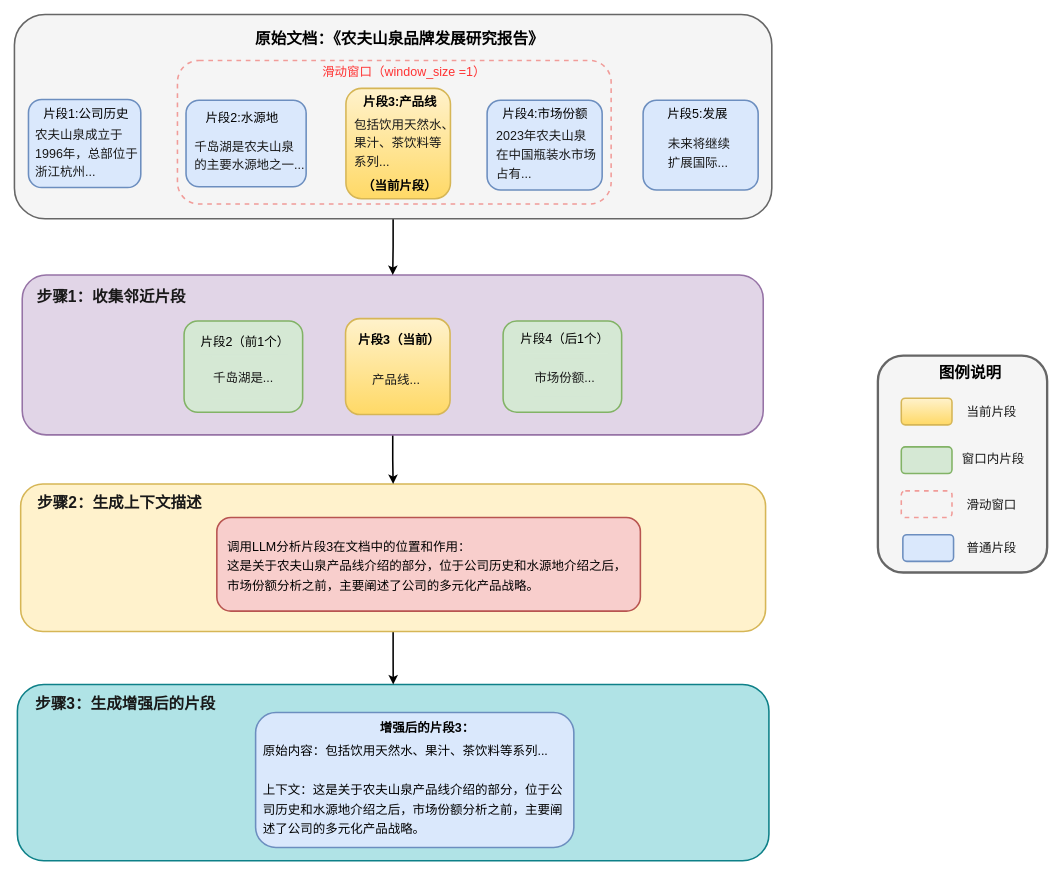
real-jiakai/draw keeps this draw.io diagram as diagrams/flowchart_of_the_context_enhancement_algorithm_with_sliding_window.drawio. Above is the earlier version. Source tidied: cells renumbered, new cells numbered last; positions are measured from the earlier drawing's top-left corner, leaving out a move shared by most shapes. Both pictures are drawn from the tidied source at 78%, with x=0, y=0 at pixel (14, 14).
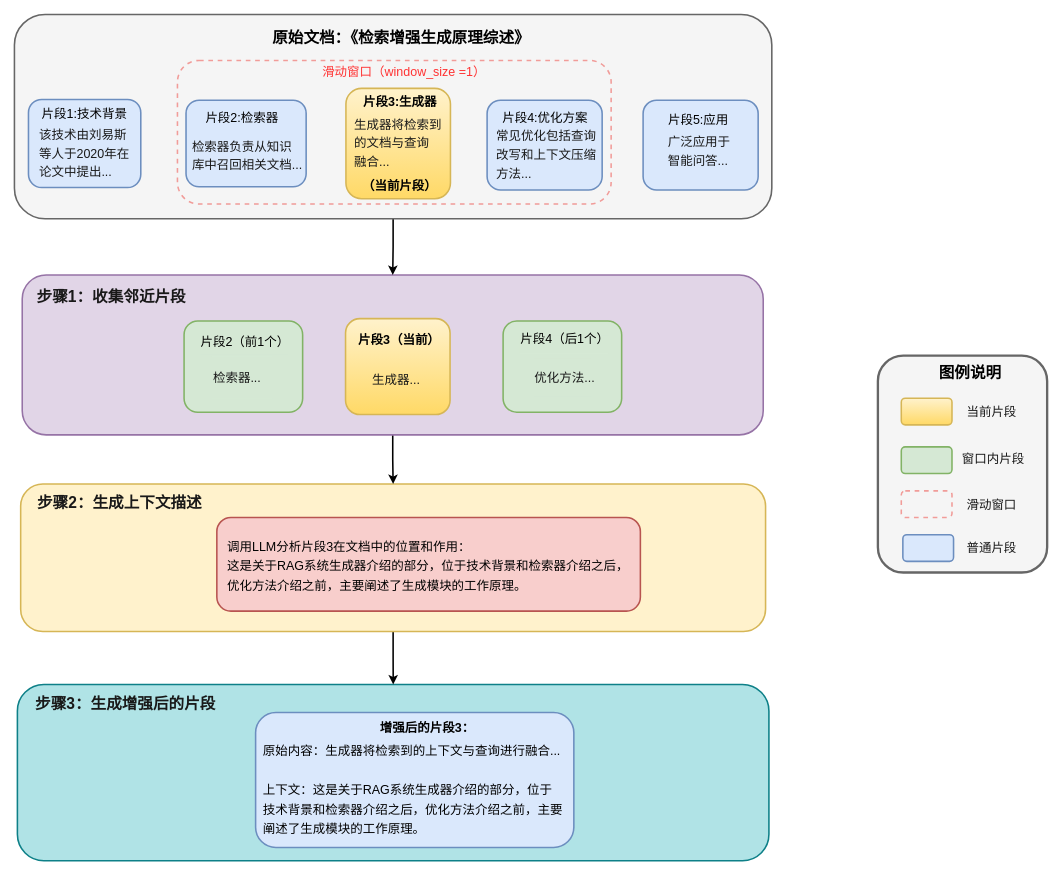
The same diagram, later.

Diff of the diagram source:
```diff
@@
-    <mxCell id="15" value="&lt;font style=&quot;font-size: 16px;&quot;&gt;片段1:公司历史&lt;/font&gt;&lt;div&gt;&lt;br&gt;&lt;/div&gt;" style="text;html=1;align=center;verticalAlign=middle;whiteSpace=wrap;rounded=0;" parent="1" vertex="1">
-      <mxGeometry x="30" y="125.5" width="124" height="16" as="geometry" />
+    <mxCell id="15" value="&lt;font style=&quot;font-size: 16px;&quot;&gt;片段1:技术背景&lt;/font&gt;&lt;div&gt;&lt;br&gt;&lt;/div&gt;" style="text;html=1;align=center;verticalAlign=middle;whiteSpace=wrap;rounded=0;" parent="1" vertex="1">
+      <mxGeometry x="28" y="126" width="124" height="16" as="geometry" />
     </mxCell>
-    <mxCell id="16" value="&lt;div style=&quot;font-size: 16px; line-height: 24px; white-space: pre;&quot;&gt;&lt;span&gt;&lt;font face=&quot;Helvetica&quot; style=&quot;color: rgb(25, 25, 25);&quot;&gt;农夫山泉成立于&lt;/font&gt;&lt;/span&gt;&lt;/div&gt;&lt;div style=&quot;font-size: 16px; line-height: 24px; white-space: pre;&quot;&gt;&lt;span&gt;&lt;font face=&quot;Helvetica&quot; style=&quot;color: rgb(25, 25, 25);&quot;&gt;1996年，总部位于&lt;/font&gt;&lt;/span&gt;&lt;/div&gt;&lt;div style=&quot;font-size: 16px; line-height: 24px; white-space: pre;&quot;&gt;&lt;span&gt;&lt;font face=&quot;Helvetica&quot; style=&quot;color: rgb(25, 25, 25);&quot;&gt;浙江杭州...&lt;/font&gt;&lt;/span&gt;&lt;/div&gt;" style="text;html=1;align=left;verticalAlign=middle;whiteSpace=wrap;rounded=0;" parent="1" vertex="1">
-      <mxGeometry x="24.5" y="143.5" width="121" height="69" as="geometry" />
+    <mxCell id="16" value="&lt;div style=&quot;font-size: 16px; line-height: 24px; white-space: pre;&quot;&gt;&lt;font color=&quot;#191919&quot;&gt;该技术由刘易斯&lt;/font&gt;&lt;/div&gt;&lt;div style=&quot;font-size: 16px; line-height: 24px; white-space: pre;&quot;&gt;&lt;font color=&quot;#191919&quot;&gt;等人于2020年在&lt;/font&gt;&lt;/div&gt;&lt;div style=&quot;font-size: 16px; line-height: 24px; white-space: pre;&quot;&gt;&lt;font color=&quot;#191919&quot;&gt;论文中提出...&lt;/font&gt;&lt;/div&gt;" style="text;html=1;align=left;verticalAlign=middle;whiteSpace=wrap;rounded=0;" parent="1" vertex="1">
+      <mxGeometry x="29.5" y="143.5" width="121" height="69" as="geometry" />
     </mxCell>
-    <mxCell id="17" value="&lt;font style=&quot;font-size: 16px;&quot;&gt;片段2:水源地&lt;/font&gt;&lt;div&gt;&lt;br&gt;&lt;/div&gt;" style="text;html=1;align=center;verticalAlign=middle;whiteSpace=wrap;rounded=0;" parent="1" vertex="1">
+    <mxCell id="17" value="&lt;font style=&quot;font-size: 16px;&quot;&gt;片段2:检索器&lt;/font&gt;&lt;div&gt;&lt;br&gt;&lt;/div&gt;" style="text;html=1;align=center;verticalAlign=middle;whiteSpace=wrap;rounded=0;" parent="1" vertex="1">
       <mxGeometry x="232" y="126" width="120" height="25" as="geometry" />
     </mxCell>
-    <mxCell id="18" value="&lt;div style=&quot;font-size: 16px; line-height: 24px; white-space: pre;&quot;&gt;&lt;div style=&quot;line-height: 24px;&quot;&gt;&lt;span&gt;&lt;font face=&quot;Helvetica&quot; style=&quot;color: rgb(25, 25, 25);&quot;&gt;千岛湖是农夫山泉&lt;/font&gt;&lt;/span&gt;&lt;/div&gt;&lt;div style=&quot;line-height: 24px;&quot;&gt;&lt;span&gt;&lt;font face=&quot;Helvetica&quot; style=&quot;color: rgb(25, 25, 25);&quot;&gt;的主要水源地之一...&lt;/font&gt;&lt;/span&gt;&lt;/div&gt;&lt;/div&gt;" style="text;html=1;align=left;verticalAlign=middle;whiteSpace=wrap;rounded=0;" parent="1" vertex="1">
-      <mxGeometry x="228.5" y="151" width="137" height="59" as="geometry" />
+    <mxCell id="18" value="&lt;div style=&quot;font-size: 16px; line-height: 24px; white-space: pre;&quot;&gt;&lt;div style=&quot;line-height: 24px;&quot;&gt;&lt;font color=&quot;#191919&quot;&gt;检索器负责从知识&lt;/font&gt;&lt;/div&gt;&lt;div style=&quot;line-height: 24px;&quot;&gt;&lt;font color=&quot;#191919&quot;&gt;库中召回相关文档...&lt;/font&gt;&lt;/div&gt;&lt;/div&gt;" style="text;html=1;align=left;verticalAlign=middle;whiteSpace=wrap;rounded=0;" parent="1" vertex="1">
+      <mxGeometry x="226.2" y="151" width="137" height="59" as="geometry" />
     </mxCell>
-    <mxCell id="19" value="&lt;font style=&quot;font-size: 16px;&quot;&gt;&lt;b&gt;片段3:产品线&lt;/b&gt;&lt;/font&gt;&lt;div&gt;&lt;br&gt;&lt;/div&gt;" style="text;html=1;align=center;verticalAlign=middle;whiteSpace=wrap;rounded=0;" parent="1" vertex="1">
+    <mxCell id="19" value="&lt;font style=&quot;font-size: 16px;&quot;&gt;&lt;b&gt;片段3:生成器&lt;/b&gt;&lt;/font&gt;&lt;div&gt;&lt;br&gt;&lt;/div&gt;" style="text;html=1;align=center;verticalAlign=middle;whiteSpace=wrap;rounded=0;" parent="1" vertex="1">
       <mxGeometry x="437.5" y="107.2" width="113" height="23.5" as="geometry" />
     </mxCell>
-    <mxCell id="20" value="&lt;div style=&quot;font-size: 16px; line-height: 24px; white-space: pre;&quot;&gt;&lt;div style=&quot;line-height: 24px;&quot;&gt;&lt;div style=&quot;line-height: 24px;&quot;&gt;&lt;font style=&quot;color: rgb(25, 25, 25);&quot; face=&quot;Helvetica&quot;&gt;包括饮用天然水、&lt;/font&gt;&lt;/div&gt;&lt;div style=&quot;line-height: 24px;&quot;&gt;&lt;font style=&quot;color: rgb(25, 25, 25);&quot; face=&quot;Helvetica&quot;&gt;果汁、茶饮料等&lt;/font&gt;&lt;/div&gt;&lt;div style=&quot;line-height: 24px;&quot;&gt;&lt;font style=&quot;color: rgb(25, 25, 25);&quot; face=&quot;Helvetica&quot;&gt;系列...&lt;/font&gt;&lt;/div&gt;&lt;/div&gt;&lt;/div&gt;" style="text;html=1;align=left;verticalAlign=middle;whiteSpace=wrap;rounded=0;" parent="1" vertex="1">
+    <mxCell id="20" value="&lt;div style=&quot;font-size: 16px; line-height: 24px; white-space: pre;&quot;&gt;&lt;div style=&quot;line-height: 24px;&quot;&gt;&lt;div style=&quot;line-height: 24px;&quot;&gt;&lt;font color=&quot;#191919&quot;&gt;生成器将检索到&lt;/font&gt;&lt;/div&gt;&lt;div style=&quot;line-height: 24px;&quot;&gt;&lt;font color=&quot;#191919&quot;&gt;的文档与查询&lt;/font&gt;&lt;/div&gt;&lt;div style=&quot;line-height: 24px;&quot;&gt;&lt;font color=&quot;#191919&quot;&gt;融合...&lt;/font&gt;&lt;/div&gt;&lt;/div&gt;&lt;/div&gt;" style="text;html=1;align=left;verticalAlign=middle;whiteSpace=wrap;rounded=0;" parent="1" vertex="1">
       <mxGeometry x="433.5" y="130.8" width="117" height="68.5" as="geometry" />
     </mxCell>
-    <mxCell id="21" value="&lt;font style=&quot;font-size: 16px;&quot;&gt;片段4:市场份额&lt;/font&gt;&lt;div&gt;&lt;br&gt;&lt;/div&gt;" style="text;html=1;align=center;verticalAlign=middle;whiteSpace=wrap;rounded=0;" parent="1" vertex="1">
-      <mxGeometry x="619.5" y="123" width="120.5" height="21" as="geometry" />
+    <mxCell id="21" value="&lt;font style=&quot;font-size: 16px;&quot;&gt;片段4:优化方案&lt;/font&gt;&lt;div&gt;&lt;br&gt;&lt;/div&gt;" style="text;html=1;align=center;verticalAlign=middle;whiteSpace=wrap;rounded=0;" parent="1" vertex="1">
+      <mxGeometry x="619.5" y="128" width="120.5" height="21" as="geometry" />
     </mxCell>
-    <mxCell id="22" value="&lt;div style=&quot;font-size: 16px; line-height: 24px; white-space: pre;&quot;&gt;&lt;div style=&quot;line-height: 24px;&quot;&gt;&lt;div style=&quot;line-height: 24px;&quot;&gt;&lt;div style=&quot;line-height: 24px;&quot;&gt;&lt;span&gt;&lt;font face=&quot;Helvetica&quot; style=&quot;color: rgb(25, 25, 25);&quot;&gt;2023年农夫山泉&lt;/font&gt;&lt;/span&gt;&lt;/div&gt;&lt;div style=&quot;line-height: 24px;&quot;&gt;&lt;span&gt;&lt;font face=&quot;Helvetica&quot; style=&quot;color: rgb(25, 25, 25);&quot;&gt;在中国瓶装水市场&lt;/font&gt;&lt;/span&gt;&lt;/div&gt;&lt;div style=&quot;line-height: 24px;&quot;&gt;&lt;span&gt;&lt;font face=&quot;Helvetica&quot; style=&quot;color: rgb(25, 25, 25);&quot;&gt;占有...&lt;/font&gt;&lt;/span&gt;&lt;/div&gt;&lt;/div&gt;&lt;/div&gt;&lt;/div&gt;" style="text;html=1;align=left;verticalAlign=middle;whiteSpace=wrap;rounded=0;" parent="1" vertex="1">
+    <mxCell id="22" value="&lt;div style=&quot;font-size: 16px; line-height: 24px; white-space: pre;&quot;&gt;&lt;div style=&quot;line-height: 24px;&quot;&gt;&lt;div style=&quot;line-height: 24px;&quot;&gt;&lt;div style=&quot;line-height: 24px;&quot;&gt;&lt;font color=&quot;#191919&quot;&gt;常见优化包括查询&lt;/font&gt;&lt;/div&gt;&lt;div style=&quot;line-height: 24px;&quot;&gt;&lt;font color=&quot;#191919&quot;&gt;改写和上下文压缩&lt;/font&gt;&lt;/div&gt;&lt;div style=&quot;line-height: 24px;&quot;&gt;&lt;font color=&quot;#191919&quot;&gt;方法...&lt;/font&gt;&lt;/div&gt;&lt;/div&gt;&lt;/div&gt;&lt;/div&gt;" style="text;html=1;align=left;verticalAlign=middle;whiteSpace=wrap;rounded=0;" parent="1" vertex="1">
       <mxGeometry x="615.5" y="143.5" width="129.5" height="73.5" as="geometry" />
     </mxCell>
-    <mxCell id="23" value="&lt;font style=&quot;font-size: 16px;&quot;&gt;片段5:发展&lt;/font&gt;&lt;div&gt;&lt;br&gt;&lt;/div&gt;" style="text;html=1;align=center;verticalAlign=middle;whiteSpace=wrap;rounded=0;" parent="1" vertex="1">
-      <mxGeometry x="818.8" y="119.8" width="114.2" height="27.5" as="geometry" />
+    <mxCell id="23" value="&lt;font style=&quot;font-size: 16px;&quot;&gt;片段5:应用&lt;/font&gt;&lt;div&gt;&lt;br&gt;&lt;/div&gt;" style="text;html=1;align=center;verticalAlign=middle;whiteSpace=wrap;rounded=0;" parent="1" vertex="1">
+      <mxGeometry x="820" y="128" width="114.2" height="27.5" as="geometry" />
     </mxCell>
-    <mxCell id="24" value="&lt;div style=&quot;font-size: 16px; line-height: 24px; white-space: pre;&quot;&gt;&lt;div style=&quot;line-height: 24px;&quot;&gt;&lt;div style=&quot;line-height: 24px;&quot;&gt;&lt;div style=&quot;line-height: 24px;&quot;&gt;&lt;div style=&quot;line-height: 24px;&quot;&gt;&lt;font style=&quot;color: rgb(25, 25, 25);&quot; face=&quot;Helvetica&quot;&gt;未来将继续&lt;/font&gt;&lt;/div&gt;&lt;div style=&quot;line-height: 24px;&quot;&gt;&lt;font style=&quot;color: rgb(25, 25, 25);&quot; face=&quot;Helvetica&quot;&gt;扩展国际...&lt;/font&gt;&lt;/div&gt;&lt;/div&gt;&lt;/div&gt;&lt;/div&gt;&lt;/div&gt;" style="text;html=1;align=left;verticalAlign=middle;whiteSpace=wrap;rounded=0;" parent="1" vertex="1">
-      <mxGeometry x="835.8" y="150" width="88" height="56" as="geometry" />
+    <mxCell id="24" value="&lt;div style=&quot;font-size: 16px; line-height: 24px; white-space: pre;&quot;&gt;&lt;div style=&quot;line-height: 24px;&quot;&gt;&lt;div style=&quot;line-height: 24px;&quot;&gt;&lt;div style=&quot;line-height: 24px;&quot;&gt;&lt;div style=&quot;line-height: 24px;&quot;&gt;&lt;font color=&quot;#191919&quot;&gt;广泛应用于&lt;/font&gt;&lt;/div&gt;&lt;div style=&quot;line-height: 24px;&quot;&gt;&lt;font color=&quot;#191919&quot;&gt;智能问答...&lt;/font&gt;&lt;/div&gt;&lt;/div&gt;&lt;/div&gt;&lt;/div&gt;&lt;/div&gt;" style="text;html=1;align=left;verticalAlign=middle;whiteSpace=wrap;rounded=0;" parent="1" vertex="1">
+      <mxGeometry x="835.8" y="147.2" width="88" height="56" as="geometry" />
     </mxCell>
@@
-    <mxCell id="28" value="&lt;font style=&quot;font-size: 20px;&quot;&gt;&lt;b&gt;原始文档：《农夫山泉品牌发展研究报告》&lt;/b&gt;&lt;/font&gt;" style="text;html=1;align=center;verticalAlign=middle;whiteSpace=wrap;rounded=0;" parent="1" vertex="1">
-      <mxGeometry x="308" y="16" width="372" height="30" as="geometry" />
+    <mxCell id="28" value="&lt;font style=&quot;font-size: 20px;&quot;&gt;&lt;b&gt;原始文档：《检索增强生成原理综述》&lt;/b&gt;&lt;/font&gt;" style="text;html=1;align=center;verticalAlign=middle;whiteSpace=wrap;rounded=0;" parent="1" vertex="1">
+      <mxGeometry x="309.5" y="14" width="372" height="30" as="geometry" />
     </mxCell>
@@
-    <mxCell id="31" value="&lt;div style=&quot;font-size: 16px; line-height: 24px; white-space: pre;&quot;&gt;&lt;div style=&quot;line-height: 24px;&quot;&gt;&lt;span&gt;&lt;font face=&quot;Helvetica&quot; style=&quot;color: rgb(25, 25, 25);&quot;&gt;千岛湖是&lt;/font&gt;&lt;/span&gt;&lt;span style=&quot;color: light-dark(rgb(25, 25, 25), rgb(216, 216, 216)); background-color: transparent;&quot;&gt;...&lt;/span&gt;&lt;/div&gt;&lt;/div&gt;" style="text;html=1;align=left;verticalAlign=middle;whiteSpace=wrap;rounded=0;fillColor=#d5e8d4;strokeColor=none;" parent="1" vertex="1">
+    <mxCell id="31" value="&lt;div style=&quot;font-size: 16px; line-height: 24px; white-space: pre;&quot;&gt;&lt;div style=&quot;line-height: 24px;&quot;&gt;&lt;span&gt;&lt;font face=&quot;Helvetica&quot; style=&quot;color: rgb(25, 25, 25);&quot;&gt;检索器&lt;/font&gt;&lt;/span&gt;&lt;span style=&quot;color: light-dark(rgb(25, 25, 25), rgb(216, 216, 216)); background-color: transparent;&quot;&gt;...&lt;/span&gt;&lt;/div&gt;&lt;/div&gt;" style="text;html=1;align=left;verticalAlign=middle;whiteSpace=wrap;rounded=0;fillColor=#d5e8d4;strokeColor=none;" parent="1" vertex="1">
       <mxGeometry x="252.5" y="439" width="78.8" height="53" as="geometry" />
     </mxCell>
@@
-    <mxCell id="34" value="&lt;div style=&quot;font-size: 16px; line-height: 24px; white-space: pre;&quot;&gt;&lt;div style=&quot;line-height: 24px;&quot;&gt;&lt;div style=&quot;line-height: 24px;&quot;&gt;&lt;font color=&quot;#191919&quot;&gt;产品线...&lt;/font&gt;&lt;/div&gt;&lt;/div&gt;&lt;/div&gt;" style="text;html=1;align=left;verticalAlign=middle;whiteSpace=wrap;rounded=0;" parent="1" vertex="1">
+    <mxCell id="34" value="&lt;div style=&quot;font-size: 16px; line-height: 24px; white-space: pre;&quot;&gt;&lt;div style=&quot;line-height: 24px;&quot;&gt;&lt;div style=&quot;line-height: 24px;&quot;&gt;&lt;font color=&quot;#191919&quot;&gt;生成器...&lt;/font&gt;&lt;/div&gt;&lt;/div&gt;&lt;/div&gt;" style="text;html=1;align=left;verticalAlign=middle;whiteSpace=wrap;rounded=0;" parent="1" vertex="1">
       <mxGeometry x="457" y="437.5" width="69" height="60" as="geometry" />
     </mxCell>
@@
-    <mxCell id="37" value="&lt;div style=&quot;font-size: 16px; line-height: 24px; white-space: pre;&quot;&gt;&lt;div style=&quot;line-height: 24px;&quot;&gt;&lt;span style=&quot;color: light-dark(rgb(25, 25, 25), rgb(216, 216, 216)); background-color: transparent;&quot;&gt;市场份额...&lt;/span&gt;&lt;/div&gt;&lt;/div&gt;" style="text;html=1;align=left;verticalAlign=middle;whiteSpace=wrap;rounded=0;fillColor=#d5e8d4;strokeColor=none;" parent="1" vertex="1">
+    <mxCell id="37" value="&lt;div style=&quot;font-size: 16px; line-height: 24px; white-space: pre;&quot;&gt;&lt;div style=&quot;line-height: 24px;&quot;&gt;&lt;font color=&quot;#191919&quot;&gt;优化方法...&lt;/font&gt;&lt;/div&gt;&lt;/div&gt;" style="text;html=1;align=left;verticalAlign=middle;whiteSpace=wrap;rounded=0;fillColor=#d5e8d4;strokeColor=none;" parent="1" vertex="1">
       <mxGeometry x="665" y="441" width="75" height="49" as="geometry" />
     </mxCell>
@@
-    <mxCell id="39" value="&lt;div style=&quot;line-height: 24px;&quot;&gt;&lt;div style=&quot;line-height: 24px;&quot;&gt;&lt;span style=&quot;font-size: 16px; white-space: pre;&quot;&gt;调用LLM分析片段3在文档中的位置和作用：&lt;/span&gt;&lt;/div&gt;&lt;div style=&quot;line-height: 24px;&quot;&gt;&lt;span style=&quot;font-size: 16px; white-space: pre;&quot;&gt;这是关于农夫山泉产品线介绍的部分，位于公司历史和水源地介绍之后，&lt;/span&gt;&lt;/div&gt;&lt;div style=&quot;line-height: 24px;&quot;&gt;&lt;span style=&quot;font-size: 16px; white-space: pre;&quot;&gt;市场份额分析之前，主要阐述了公司的多元化产品战略。&lt;/span&gt;&lt;/div&gt;&lt;/div&gt;" style="text;html=1;align=left;verticalAlign=middle;whiteSpace=wrap;rounded=0;fillColor=none;strokeColor=none;" parent="1" vertex="1">
+    <mxCell id="39" value="&lt;div style=&quot;line-height: 24px;&quot;&gt;&lt;div style=&quot;line-height: 24px;&quot;&gt;&lt;span style=&quot;font-size: 16px; white-space: pre;&quot;&gt;调用LLM分析片段3在文档中的位置和作用：&lt;/span&gt;&lt;/div&gt;&lt;div style=&quot;line-height: 24px;&quot;&gt;&lt;span style=&quot;background-color: transparent; font-size: 16px; white-space: pre;&quot;&gt;这是关于RAG系统生成器介绍的部分，位于技术背景和检索器介绍之后，&lt;/span&gt;&lt;span style=&quot;background-color: transparent; font-size: 16px; white-space: pre;&quot;&gt;优化方法介绍之前，主要阐述了生成模块的工作原理&lt;/span&gt;&lt;span style=&quot;background-color: transparent; color: light-dark(rgb(0, 0, 0), rgb(255, 255, 255)); font-size: 16px; white-space: pre;&quot;&gt;。&lt;/span&gt;&lt;/div&gt;&lt;/div&gt;" style="text;html=1;align=left;verticalAlign=middle;whiteSpace=wrap;rounded=0;fillColor=none;strokeColor=none;" parent="1" vertex="1">
       <mxGeometry x="270.5" y="659" width="521" height="98" as="geometry" />
     </mxCell>
@@
-    <mxCell id="42" value="&lt;div style=&quot;line-height: 24px;&quot;&gt;&lt;div style=&quot;line-height: 24px;&quot;&gt;&lt;span style=&quot;white-space: pre;&quot;&gt;&lt;font style=&quot;font-size: 16px;&quot;&gt;原始内容：包括饮用天然水、果汁、茶饮料等系列...&lt;/font&gt;&lt;/span&gt;&lt;/div&gt;&lt;div style=&quot;line-height: 24px;&quot;&gt;&lt;span style=&quot;white-space: pre;&quot;&gt;&lt;font style=&quot;font-size: 16px;&quot;&gt;&lt;br&gt;&lt;/font&gt;&lt;/span&gt;&lt;/div&gt;&lt;div style=&quot;line-height: 24px;&quot;&gt;&lt;font style=&quot;font-size: 16px;&quot;&gt;上下文：这是关于农夫山泉产品线介绍的部分，位于公司历史和水源地介绍之后，市场份额分析之前，主要阐述了公司的多元化产品战略。&lt;/font&gt;&lt;/div&gt;&lt;/div&gt;" style="text;html=1;align=left;verticalAlign=middle;whiteSpace=wrap;rounded=0;fillColor=none;strokeColor=none;" parent="1" vertex="1">
+    <mxCell id="42" value="&lt;div style=&quot;line-height: 24px;&quot;&gt;&lt;div style=&quot;line-height: 24px;&quot;&gt;&lt;span style=&quot;white-space: pre;&quot;&gt;&lt;font style=&quot;font-size: 16px;&quot;&gt;原始内容：&lt;/font&gt;&lt;/span&gt;&lt;span style=&quot;background-color: transparent; font-size: 16px; white-space: pre;&quot;&gt;生成器将检索到的上下文与查询进行融合...&lt;/span&gt;&lt;/div&gt;&lt;div style=&quot;line-height: 24px;&quot;&gt;&lt;span style=&quot;white-space: pre;&quot;&gt;&lt;font style=&quot;font-size: 16px;&quot;&gt;&lt;br&gt;&lt;/font&gt;&lt;/span&gt;&lt;/div&gt;&lt;div style=&quot;line-height: 24px;&quot;&gt;&lt;font style=&quot;font-size: 16px;&quot;&gt;上下文：这是关于RAG系统生成器介绍的部分，位于技术背景和检索器介绍之后，优化方法介绍之前，主要阐述了生成模块的工作原理。&lt;/font&gt;&lt;/div&gt;&lt;/div&gt;" style="text;html=1;align=left;verticalAlign=middle;whiteSpace=wrap;rounded=0;fillColor=none;strokeColor=none;" parent="1" vertex="1">
       <mxGeometry x="317" y="937" width="385.5" height="116" as="geometry" />
     </mxCell>
```
